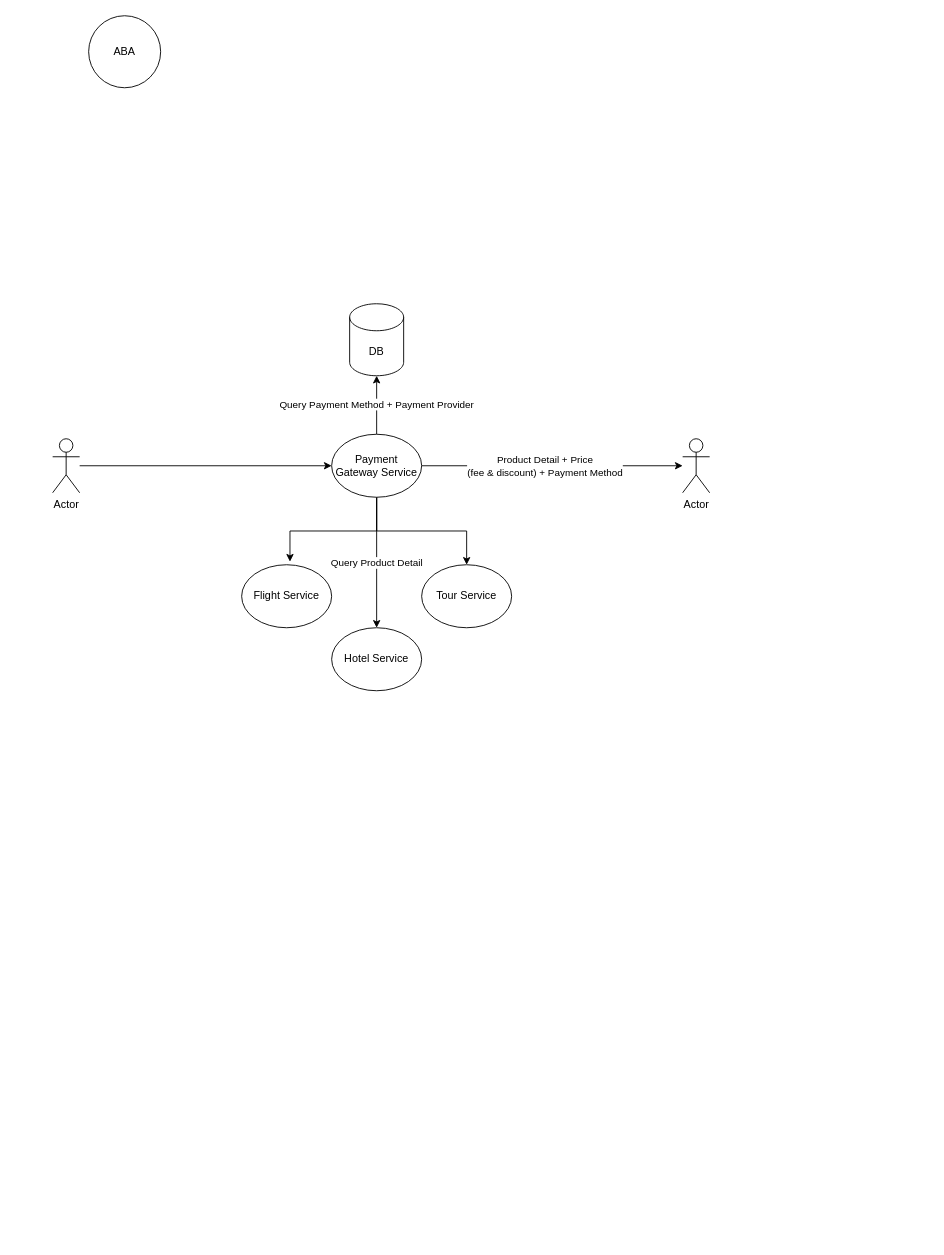
This is Untitled Diagram.drawio from VisionaryAppDev/payment-gateway-experiment, a draw.io file, before an edit. Source tidied: cells renumbered, new cells numbered last; positions are measured from the earlier drawing's top-left corner, leaving out a move shared by most shapes. Both pictures are drawn from the tidied source at 90%, with x=0, y=0 at pixel (52, 15).
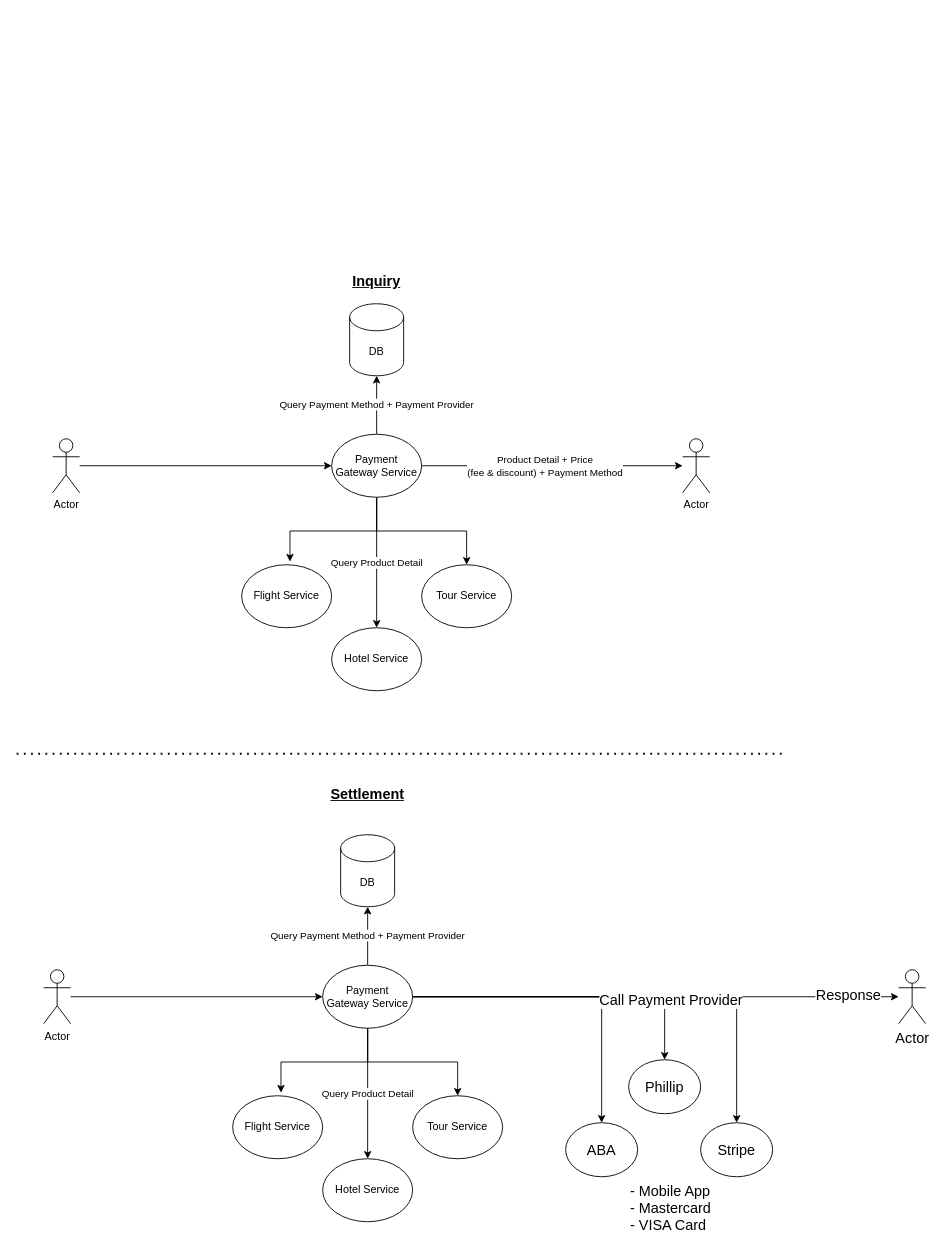
The same diagram, later.

Change to the diagram source:
```diff
@@
+    <mxCell id="17" style="edgeStyle=orthogonalEdgeStyle;rounded=0;jettySize=auto;html=1;entryX=0;entryY=0.5;entryDx=0;entryDy=0;" parent="1" edge="1" source="18" target="29">
+      <mxGeometry relative="1" as="geometry" />
+    </mxCell>
+    <mxCell id="18" value="Actor" style="shape=umlActor;verticalLabelPosition=bottom;verticalAlign=top;html=1;outlineConnect=0;" parent="1" vertex="1">
+      <mxGeometry x="-10" y="1060" width="30" height="60" as="geometry" />
+    </mxCell>
+    <mxCell id="19" style="edgeStyle=orthogonalEdgeStyle;rounded=0;jettySize=auto;html=1;entryX=0.537;entryY=-0.049;entryDx=0;entryDy=0;entryPerimeter=0;" parent="1" edge="1" source="29" target="30">
+      <mxGeometry relative="1" as="geometry" />
+    </mxCell>
+    <mxCell id="20" value="Query Product Detail" style="edgeStyle=orthogonalEdgeStyle;rounded=0;jettySize=auto;html=1;" parent="1" edge="1" source="29" target="32">
+      <mxGeometry relative="1" as="geometry" />
+    </mxCell>
+    <mxCell id="21" style="edgeStyle=orthogonalEdgeStyle;rounded=0;jettySize=auto;html=1;" parent="1" edge="1" source="29" target="31">
+      <mxGeometry relative="1" as="geometry" />
+    </mxCell>
+    <mxCell id="22" value="Query Payment Method + Payment Provider" style="edgeStyle=orthogonalEdgeStyle;rounded=0;jettySize=auto;html=1;entryX=0.5;entryY=1;entryDx=0;entryDy=0;entryPerimeter=0;" parent="1" edge="1" source="29" target="33">
+      <mxGeometry relative="1" as="geometry" />
+    </mxCell>
+    <mxCell id="23" style="edgeStyle=orthogonalEdgeStyle;rounded=0;jettySize=auto;html=1;startArrow=none;startFill=0;entryX=0.5;entryY=0;entryDx=0;entryDy=0;" parent="1" edge="1" source="29" target="37">
+      <mxGeometry relative="1" as="geometry" />
+    </mxCell>
+    <mxCell id="24" style="edgeStyle=orthogonalEdgeStyle;rounded=0;jettySize=auto;html=1;entryX=0.5;entryY=0;entryDx=0;entryDy=0;fontSize=16;startArrow=none;startFill=0;" parent="1" edge="1" source="29" target="16">
+      <mxGeometry relative="1" as="geometry" />
+    </mxCell>
+    <mxCell id="25" style="edgeStyle=orthogonalEdgeStyle;rounded=0;jettySize=auto;html=1;fontSize=16;startArrow=none;startFill=0;" parent="1" edge="1" source="29" target="38">
+      <mxGeometry relative="1" as="geometry" />
+    </mxCell>
+    <mxCell id="26" style="edgeStyle=orthogonalEdgeStyle;rounded=0;jettySize=auto;html=1;fontSize=16;startArrow=none;startFill=0;" parent="1" edge="1" source="29" target="39">
+      <mxGeometry relative="1" as="geometry" />
+    </mxCell>
+    <mxCell id="27" value="Response" style="edgeLabel;html=1;align=center;verticalAlign=middle;fontSize=16;" parent="26" vertex="1">
+      <mxGeometry x="0.79" y="3" relative="1" as="geometry" />
+    </mxCell>
+    <mxCell id="28" value="Call Payment Provider" style="edgeLabel;html=1;align=center;verticalAlign=middle;fontSize=16;" parent="26" vertex="1">
+      <mxGeometry x="0.06" y="-3" relative="1" as="geometry" />
+    </mxCell>
+    <mxCell id="29" value="Payment Gateway Service" style="ellipse;whiteSpace=wrap;html=1;" parent="1" vertex="1">
+      <mxGeometry x="300" y="1055" width="100" height="70" as="geometry" />
+    </mxCell>
+    <mxCell id="30" value="Flight Service" style="ellipse;whiteSpace=wrap;html=1;" parent="1" vertex="1">
+      <mxGeometry x="200" y="1200" width="100" height="70" as="geometry" />
+    </mxCell>
+    <mxCell id="31" value="Tour Service" style="ellipse;whiteSpace=wrap;html=1;" parent="1" vertex="1">
+      <mxGeometry x="400" y="1200" width="100" height="70" as="geometry" />
+    </mxCell>
+    <mxCell id="32" value="Hotel Service" style="ellipse;whiteSpace=wrap;html=1;" parent="1" vertex="1">
+      <mxGeometry x="300" y="1270" width="100" height="70" as="geometry" />
+    </mxCell>
+    <mxCell id="33" value="DB" style="shape=cylinder3;whiteSpace=wrap;html=1;boundedLbl=1;backgroundOutline=1;size=15;" parent="1" vertex="1">
+      <mxGeometry x="320" y="910" width="60" height="80" as="geometry" />
+    </mxCell>
+    <mxCell id="34" value="&lt;span style=&quot;font-size: 16px;&quot;&gt;Inquiry&lt;/span&gt;" style="text;html=1;strokeColor=none;fillColor=none;align=center;verticalAlign=middle;whiteSpace=wrap;rounded=0;fontSize=16;fontStyle=5;" parent="1" vertex="1">
+      <mxGeometry x="330" y="280" width="60" height="30" as="geometry" />
+    </mxCell>
+    <mxCell id="35" value="&lt;b&gt;Settlement&lt;/b&gt;" style="text;html=1;strokeColor=none;fillColor=none;align=center;verticalAlign=middle;whiteSpace=wrap;rounded=0;fontSize=16;fontStyle=4;" parent="1" vertex="1">
+      <mxGeometry x="320" y="850" width="60" height="30" as="geometry" />
+    </mxCell>
+    <mxCell id="36" style="endArrow=none;dashed=1;html=1;dashPattern=1 3;strokeWidth=2;rounded=0;fontSize=16;" parent="1" edge="1">
+      <mxGeometry relative="1" as="geometry">
+        <mxPoint x="-40" y="820" as="sourcePoint" />
+        <mxPoint x="810" y="820" as="targetPoint" />
+      </mxGeometry>
+    </mxCell>
+    <mxCell id="37" value="Phillip" style="ellipse;whiteSpace=wrap;html=1;fontSize=16;" parent="1" vertex="1">
+      <mxGeometry x="640" y="1160" width="80" height="60" as="geometry" />
+    </mxCell>
+    <mxCell id="38" value="Stripe" style="ellipse;whiteSpace=wrap;html=1;fontSize=16;" parent="1" vertex="1">
+      <mxGeometry x="720" y="1230" width="80" height="60" as="geometry" />
+    </mxCell>
-    <mxCell id="16" value="ABA" style="ellipse;whiteSpace=wrap;html=1;" parent="1" vertex="1">
-      <mxGeometry x="40" width="80" height="80" as="geometry" />
+    <mxCell id="16" value="ABA" style="ellipse;whiteSpace=wrap;html=1;fontSize=16;" parent="1" vertex="1">
+      <mxGeometry x="570" y="1230" width="80" height="60" as="geometry" />
     </mxCell>
+    <mxCell id="39" value="Actor" style="shape=umlActor;verticalLabelPosition=bottom;verticalAlign=top;html=1;outlineConnect=0;fontSize=16;" parent="1" vertex="1">
+      <mxGeometry x="940" y="1060" width="30" height="60" as="geometry" />
+    </mxCell>
+    <mxCell id="40" value="- Mobile App&lt;br&gt;&lt;div&gt;- Mastercard&lt;/div&gt;&lt;div&gt;- VISA Card&lt;br&gt;&lt;/div&gt;" style="text;html=1;strokeColor=none;fillColor=none;align=left;verticalAlign=middle;whiteSpace=wrap;rounded=0;fontSize=16;" parent="1" vertex="1">
+      <mxGeometry x="640" y="1290" width="105" height="70" as="geometry" />
+    </mxCell>
```
